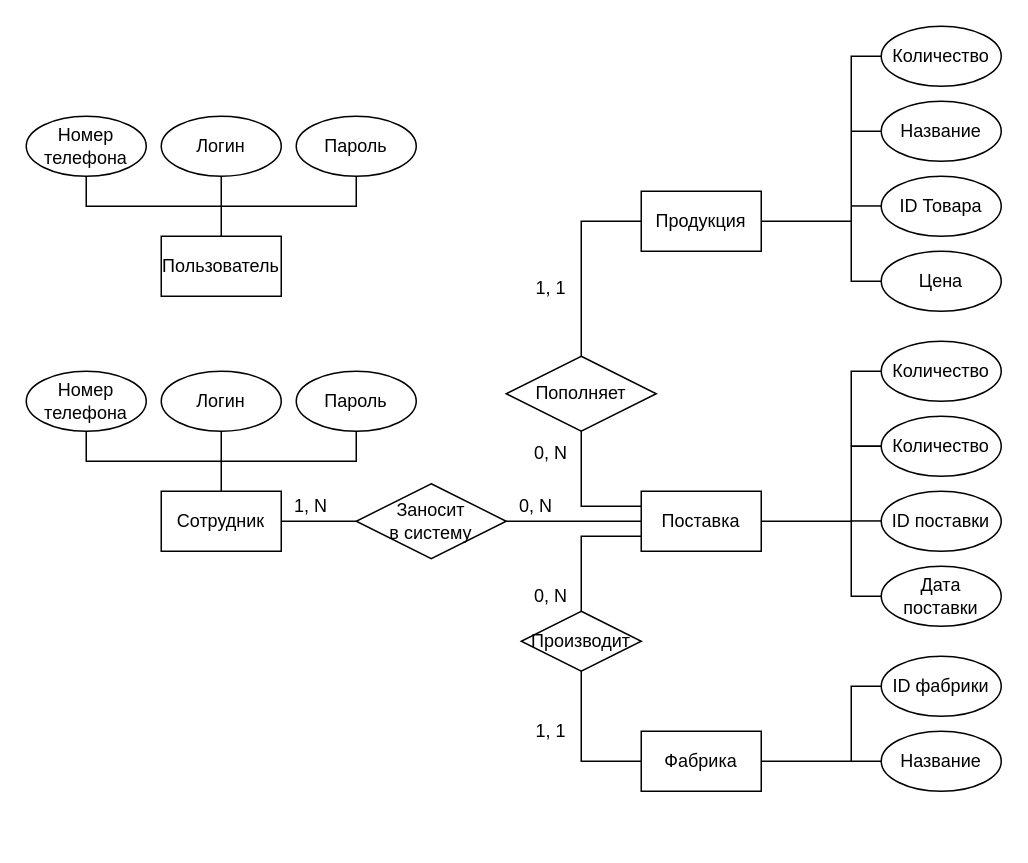
marsek4/ssp keeps this draw.io diagram as КМПО V2.0.drawio. Above is the earlier version. Source tidied: cells renumbered, new cells numbered last; positions are measured from the earlier drawing's top-left corner, leaving out a move shared by most shapes. Both pictures are drawn from the tidied source at 150%, with x=0, y=0 at pixel (26, 26).
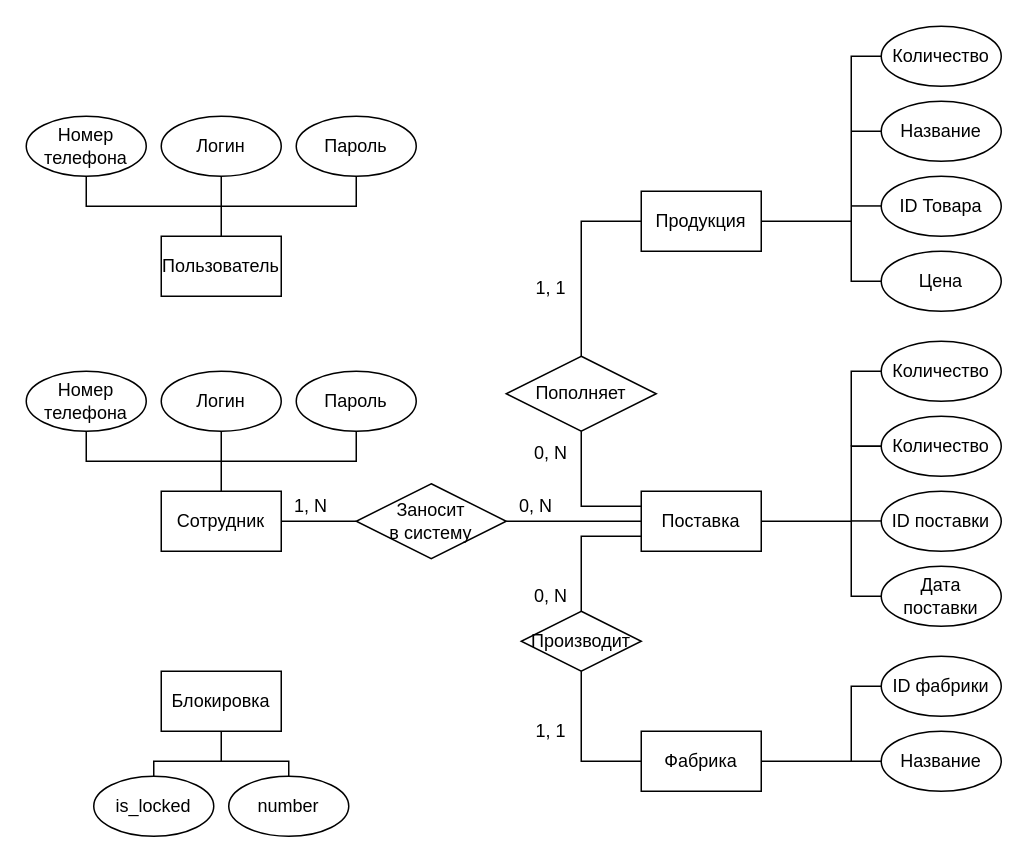
The same page after the edit.

Change to the diagram source:
```diff
@@
+    <mxCell id="53" value="Блокировка" style="rounded=0;whiteSpace=wrap;html=1;" parent="1" vertex="1">
+      <mxGeometry x="90" y="430" width="80" height="40" as="geometry" />
+    </mxCell>
+    <mxCell id="54" value="is_locked" style="ellipse;whiteSpace=wrap;html=1;" parent="1" vertex="1">
+      <mxGeometry x="45" y="500" width="80" height="40" as="geometry" />
+    </mxCell>
+    <mxCell id="55" value="number" style="ellipse;whiteSpace=wrap;html=1;" parent="1" vertex="1">
+      <mxGeometry x="135" y="500" width="80" height="40" as="geometry" />
+    </mxCell>
+    <mxCell id="56" style="endArrow=none;html=1;rounded=0;exitX=0.5;exitY=0;exitDx=0;exitDy=0;entryX=0.5;entryY=0;entryDx=0;entryDy=0;" parent="1" edge="1" source="54" target="55">
+      <mxGeometry relative="1" as="geometry">
+        <Array as="points">
+          <mxPoint x="85" y="490" />
+          <mxPoint x="175" y="490" />
+        </Array>
+      </mxGeometry>
+    </mxCell>
+    <mxCell id="57" style="endArrow=none;html=1;rounded=0;entryX=0.5;entryY=1;entryDx=0;entryDy=0;" parent="1" edge="1" target="53">
+      <mxGeometry relative="1" as="geometry">
+        <mxPoint x="130" y="490" as="sourcePoint" />
+      </mxGeometry>
+    </mxCell>
```
